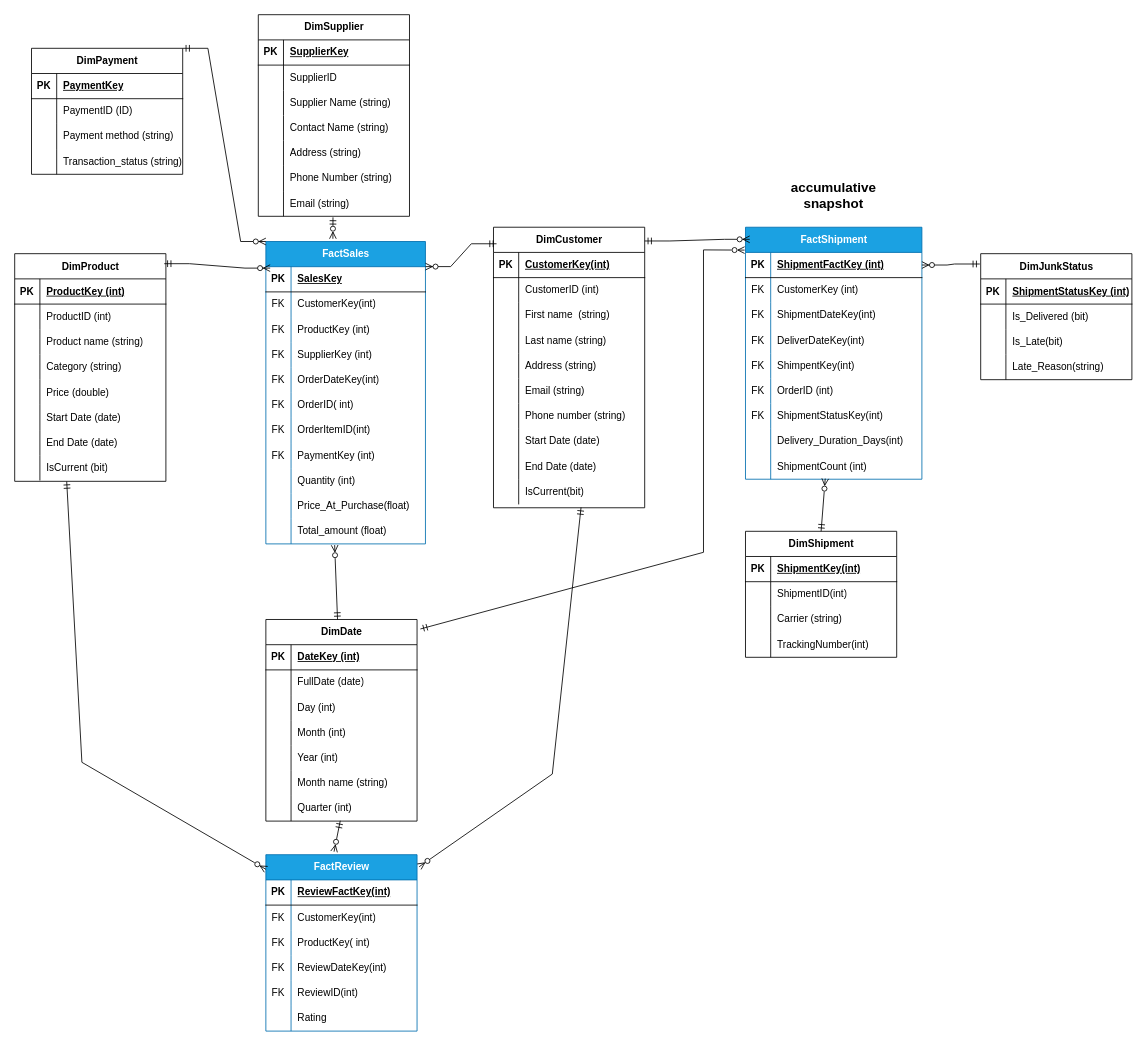
Abd-elrahman10/DWH-E-Commerce-Project keeps this draw.io diagram as Dimension Model/DimensionModel.drawio. Above is the earlier version. Source tidied: cells renumbered, new cells numbered last; positions are measured from the earlier drawing's top-left corner, leaving out a move shared by most shapes. Both pictures are drawn from the tidied source at 84%, with x=0, y=0 at pixel (14, 14).
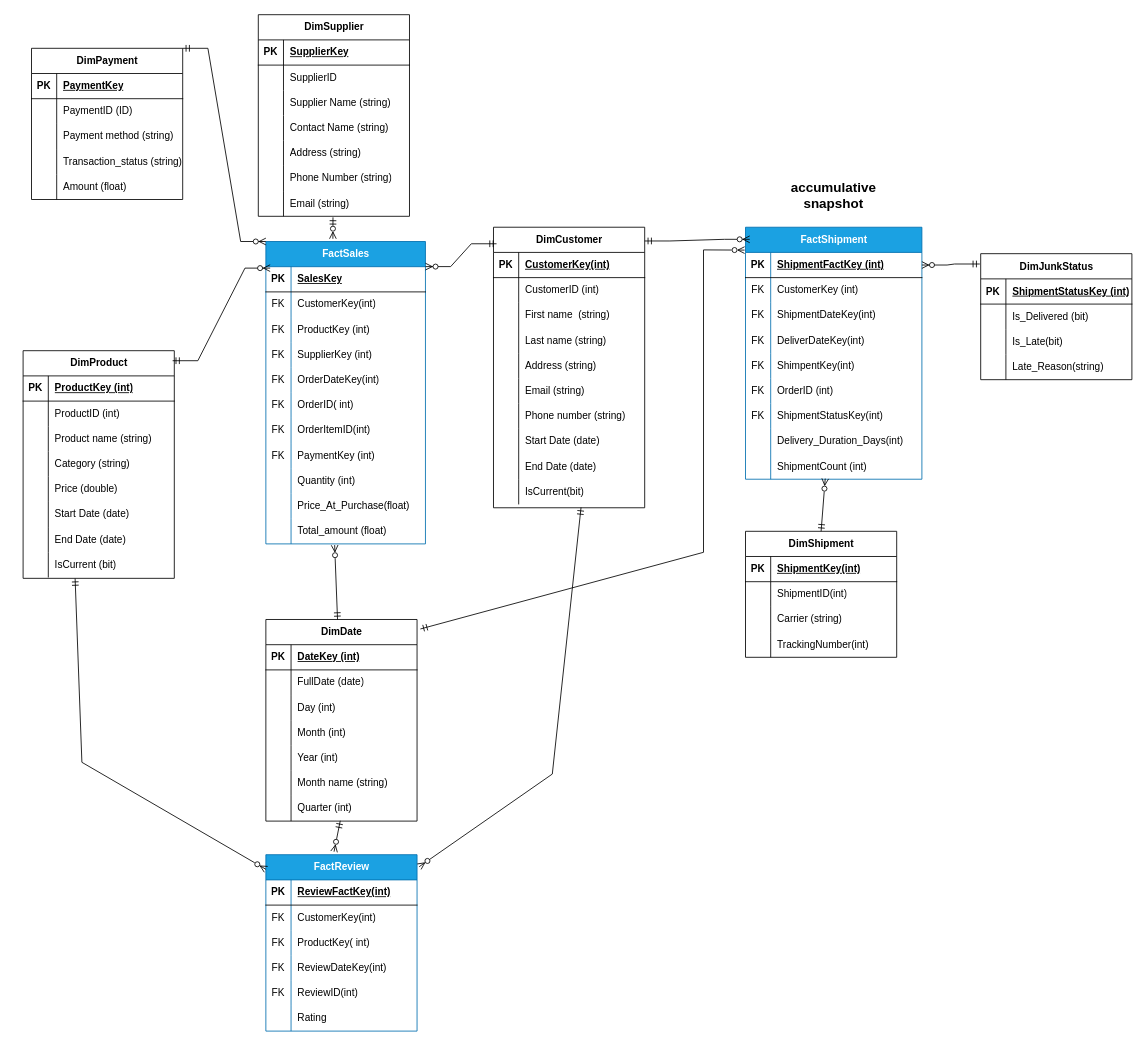
After the change.

Commit message:
Update in Star Schema

Diff of the diagram source:
```diff
@@
     <mxCell id="36" value="DimProduct" style="shape=table;startSize=30;childLayout=tableLayout;rowLines=0;fontStyle=1;align=center;html=1;" parent="1" vertex="1">
-      <mxGeometry y="284.5" width="180" height="271" as="geometry" />
+      <mxGeometry x="10" y="400" width="180" height="271" as="geometry" />
     </mxCell>
@@
     <mxCell id="219" value="DimPayment" style="shape=table;startSize=30;childLayout=tableLayout;rowLines=0;fontStyle=1;align=center;html=1;" parent="1" vertex="1">
-      <mxGeometry x="20" y="40" width="180" height="150" as="geometry" />
+      <mxGeometry x="20" y="40" width="180" height="180" as="geometry" />
     </mxCell>
@@
+    <mxCell id="235" style="shape=tableRow;horizontal=0;startSize=0;swimlaneHead=0;swimlaneBody=0;fillColor=none;top=0;left=0;right=0;bottom=0;" parent="219" vertex="1">
+      <mxGeometry y="150" width="180" height="30" as="geometry" />
+    </mxCell>
+    <mxCell id="236" style="shape=partialRectangle;fillColor=none;top=0;left=0;bottom=0;right=0;overflow=hidden;whiteSpace=wrap;html=1;" parent="235" vertex="1">
+      <mxGeometry width="30" height="30" as="geometry" />
+    </mxCell>
+    <mxCell id="237" value="Amount (float)" style="shape=partialRectangle;fillColor=none;top=0;left=0;bottom=0;right=0;align=left;spacingLeft=6;overflow=hidden;whiteSpace=wrap;html=1;" parent="235" vertex="1">
+      <mxGeometry x="30" width="150" height="30" as="geometry" />
+    </mxCell>
```
